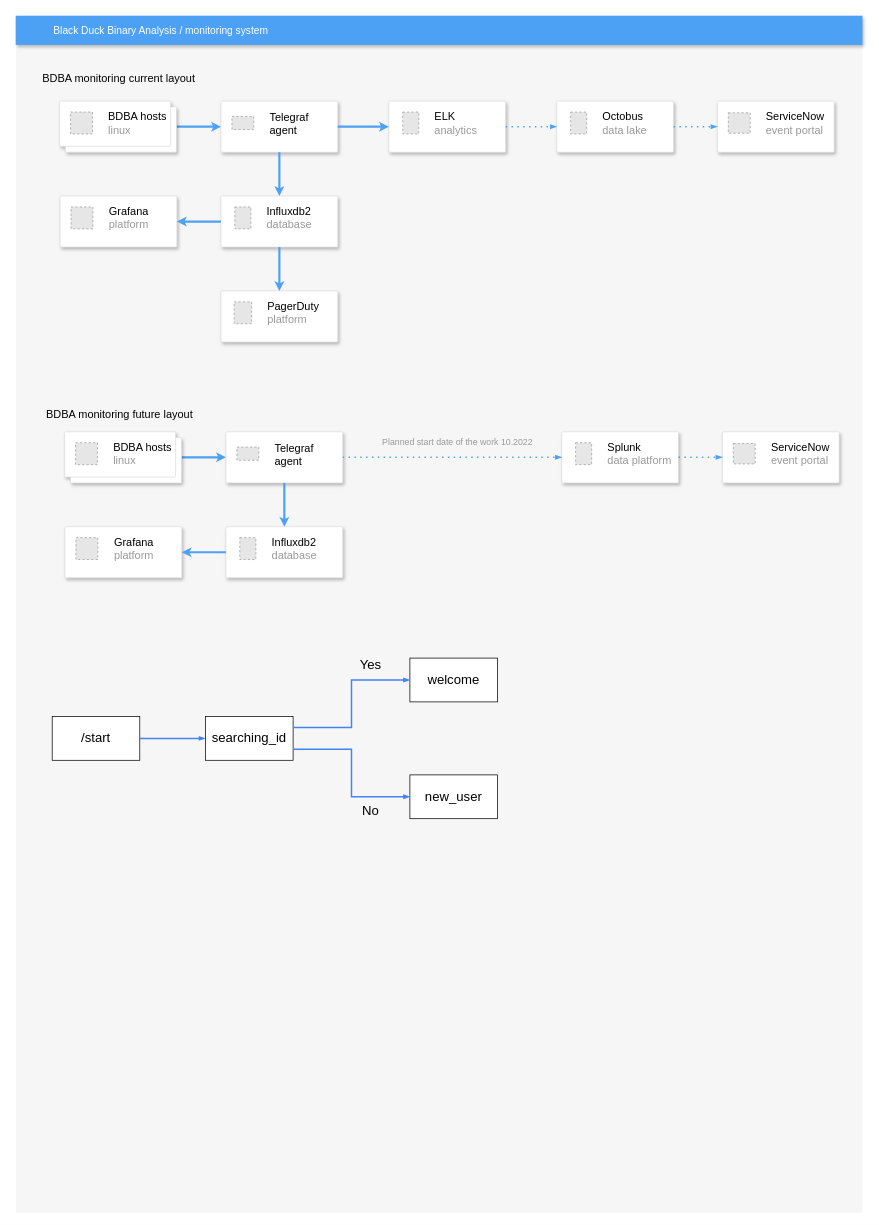
Above: elastic_kibana/Untitled Diagram.drawio in faxome/bdba_monitoring (draw.io), before the change. Source tidied: cells renumbered, new cells numbered last; positions are measured from the earlier drawing's top-left corner, leaving out a move shared by most shapes. Both pictures are drawn from the tidied source at 73%, with x=0, y=0 at pixel (15, 15). Pictures stored in the file or linked from it are replaced by grey dashed boxes.
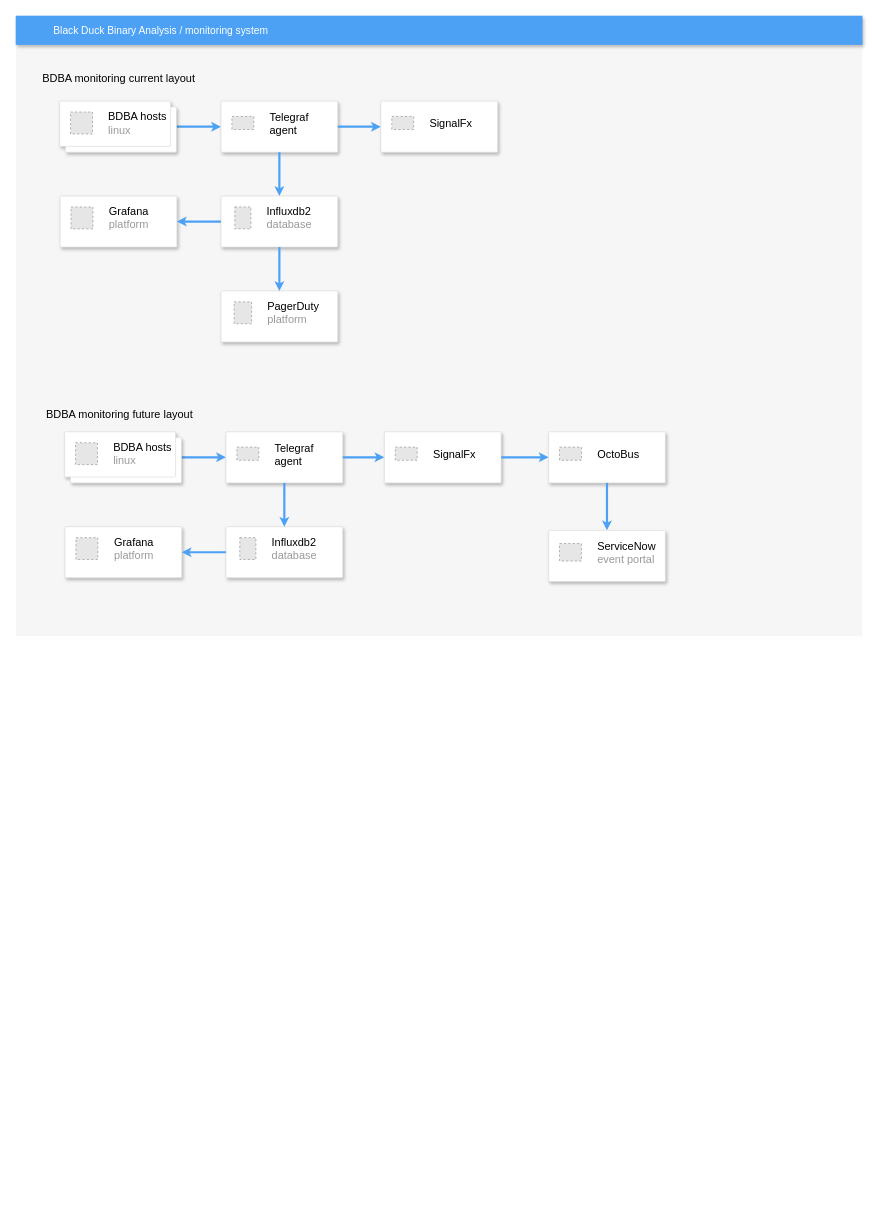
After the change.

Unchanged cells that the change refers to:
```xml
<mxCell id="6" style="strokeColor=#dddddd;shadow=1;strokeWidth=1;rounded=1;absoluteArcSize=1;arcSize=2;fontSize=15;" parent="1" vertex="1">
  <mxGeometry x="281.2" y="117" width="160" height="70" as="geometry" />
</mxCell>
<mxCell id="32" style="strokeColor=#dddddd;shadow=1;strokeWidth=1;rounded=1;absoluteArcSize=1;arcSize=2;fontSize=15;" parent="1" vertex="1">
  <mxGeometry x="288" y="570" width="160" height="70" as="geometry" />
</mxCell>
```

What changed in the source:
```diff
@@
     <mxCell id="2" style="fillColor=#F6F6F6;strokeColor=none;shadow=0;gradientColor=none;fontSize=14;align=left;spacing=10;fontColor=#717171;9E9E9E;verticalAlign=top;spacingTop=-4;fontStyle=0;spacingLeft=40;html=1;" parent="1" vertex="1">
-      <mxGeometry x="0.5" y="40" width="1159.5" height="1600" as="geometry" />
+      <mxGeometry x="0.5" y="40" width="1159.5" height="810" as="geometry" />
     </mxCell>
@@
-    <mxCell id="11" style="strokeColor=#dddddd;shadow=1;strokeWidth=1;rounded=1;absoluteArcSize=1;arcSize=2;fontSize=15;fontColor=#000000;" parent="1" vertex="1">
-      <mxGeometry x="511.2" y="117" width="160" height="70" as="geometry" />
-    </mxCell>
-    <mxCell id="12" value="&lt;font color=&quot;#000000&quot;&gt;ELK&lt;/font&gt;&lt;br&gt;analytics" style="fillColor=#E6E6E6;strokeColor=#999999;dashed=1;html=1;fontColor=#999999;verticalLabelPosition=middle;labelBackgroundColor=#ffffff;verticalAlign=middle;labelPosition=right;align=left;spacingLeft=20;fontSize=15;" parent="11" vertex="1">
-      <mxGeometry width="22" height="30" relative="1" as="geometry">
-        <mxPoint x="19" y="15" as="offset" />
-      </mxGeometry>
-    </mxCell>
-    <mxCell id="13" style="edgeStyle=none;rounded=0;jumpSize=6;jettySize=auto;html=1;exitX=1;exitY=0.5;exitDx=0;exitDy=0;fontSize=15;endSize=4;strokeColor=#4DA1F5;strokeWidth=3;entryX=0;entryY=0.5;entryDx=0;entryDy=0;" parent="1" edge="1" source="6" target="11">
-      <mxGeometry relative="1" as="geometry" />
-    </mxCell>
-    <mxCell id="14" style="strokeColor=#dddddd;shadow=1;strokeWidth=1;rounded=1;absoluteArcSize=1;arcSize=2;fontSize=15;fontColor=#000000;" parent="1" vertex="1">
-      <mxGeometry x="741.2" y="117" width="160" height="70" as="geometry" />
-    </mxCell>
-    <mxCell id="15" value="&lt;font color=&quot;#000000&quot;&gt;Octobus&lt;/font&gt;&lt;br&gt;data lake" style="fillColor=#E6E6E6;strokeColor=#999999;dashed=1;html=1;fontColor=#999999;verticalLabelPosition=middle;labelBackgroundColor=#ffffff;verticalAlign=middle;labelPosition=right;align=left;spacingLeft=20;fontSize=15;" parent="14" vertex="1">
-      <mxGeometry width="22" height="30" relative="1" as="geometry">
-        <mxPoint x="19" y="15" as="offset" />
-      </mxGeometry>
-    </mxCell>
-    <mxCell id="16" style="edgeStyle=orthogonalEdgeStyle;fontSize=12;html=1;endArrow=blockThin;endFill=1;rounded=0;strokeWidth=2;endSize=4;startSize=4;dashed=1;dashPattern=1 3;strokeColor=#4DA1F5;fontColor=#000000;jumpSize=6;exitX=1;exitY=0.5;exitDx=0;exitDy=0;entryX=0;entryY=0.5;entryDx=0;entryDy=0;" parent="1" edge="1" source="11" target="14">
-      <mxGeometry relative="1" as="geometry" />
-    </mxCell>
-    <mxCell id="17" style="strokeColor=#dddddd;shadow=1;strokeWidth=1;rounded=1;absoluteArcSize=1;arcSize=2;fontSize=15;fontColor=#000000;" parent="1" vertex="1">
-      <mxGeometry x="961.2" y="117" width="160" height="70" as="geometry" />
-    </mxCell>
-    <mxCell id="18" value="&lt;font color=&quot;#000000&quot;&gt;ServiceNow&lt;/font&gt;&lt;br&gt;event portal" style="fillColor=#E6E6E6;strokeColor=#999999;dashed=1;html=1;fontColor=#999999;verticalLabelPosition=middle;labelBackgroundColor=#ffffff;verticalAlign=middle;labelPosition=right;align=left;spacingLeft=20;fontSize=15;" parent="17" vertex="1">
-      <mxGeometry width="30" height="28" relative="1" as="geometry">
-        <mxPoint x="15" y="16" as="offset" />
-      </mxGeometry>
-    </mxCell>
-    <mxCell id="19" style="edgeStyle=orthogonalEdgeStyle;fontSize=12;html=1;endArrow=blockThin;endFill=1;rounded=0;strokeWidth=2;endSize=4;startSize=4;dashed=1;dashPattern=1 3;strokeColor=#4DA1F5;fontColor=#000000;jumpSize=6;exitX=1;exitY=0.5;exitDx=0;exitDy=0;entryX=0;entryY=0.5;entryDx=0;entryDy=0;" parent="1" edge="1" source="14" target="17">
-      <mxGeometry relative="1" as="geometry" />
-    </mxCell>
@@
-    <mxCell id="37" style="strokeColor=#dddddd;shadow=1;strokeWidth=1;rounded=1;absoluteArcSize=1;arcSize=2;fontSize=15;fontColor=#000000;" parent="1" vertex="1">
-      <mxGeometry x="748" y="570" width="160" height="70" as="geometry" />
-    </mxCell>
-    <mxCell id="38" value="&lt;font color=&quot;#000000&quot;&gt;Splunk&lt;/font&gt;&lt;br&gt;data platform" style="fillColor=#E6E6E6;strokeColor=#999999;dashed=1;html=1;fontColor=#999999;verticalLabelPosition=middle;labelBackgroundColor=#ffffff;verticalAlign=middle;labelPosition=right;align=left;spacingLeft=20;fontSize=15;" parent="37" vertex="1">
-      <mxGeometry width="22" height="30" relative="1" as="geometry">
-        <mxPoint x="19" y="15" as="offset" />
-      </mxGeometry>
-    </mxCell>
-    <mxCell id="39" style="edgeStyle=orthogonalEdgeStyle;fontSize=12;html=1;endArrow=blockThin;endFill=1;rounded=0;strokeWidth=2;endSize=4;startSize=4;dashed=1;dashPattern=1 3;strokeColor=#4DA1F5;fontColor=#000000;jumpSize=6;exitX=1;exitY=0.5;exitDx=0;exitDy=0;entryX=0;entryY=0.5;entryDx=0;entryDy=0;" parent="1" edge="1" source="32" target="37">
-      <mxGeometry relative="1" as="geometry" />
-    </mxCell>
-    <mxCell id="40" style="strokeColor=#dddddd;shadow=1;strokeWidth=1;rounded=1;absoluteArcSize=1;arcSize=2;fontSize=15;fontColor=#000000;" parent="1" vertex="1">
-      <mxGeometry x="968" y="570" width="160" height="70" as="geometry" />
-    </mxCell>
-    <mxCell id="41" value="&lt;font color=&quot;#000000&quot;&gt;ServiceNow&lt;/font&gt;&lt;br&gt;event portal" style="fillColor=#E6E6E6;strokeColor=#999999;dashed=1;html=1;fontColor=#999999;verticalLabelPosition=middle;labelBackgroundColor=#ffffff;verticalAlign=middle;labelPosition=right;align=left;spacingLeft=20;fontSize=15;" parent="40" vertex="1">
-      <mxGeometry width="30" height="28" relative="1" as="geometry">
-        <mxPoint x="15" y="16" as="offset" />
-      </mxGeometry>
-    </mxCell>
-    <mxCell id="42" style="edgeStyle=orthogonalEdgeStyle;fontSize=12;html=1;endArrow=blockThin;endFill=1;rounded=0;strokeWidth=2;endSize=4;startSize=4;dashed=1;dashPattern=1 3;strokeColor=#4DA1F5;fontColor=#000000;jumpSize=6;exitX=1;exitY=0.5;exitDx=0;exitDy=0;entryX=0;entryY=0.5;entryDx=0;entryDy=0;" parent="1" edge="1" source="37" target="40">
-      <mxGeometry relative="1" as="geometry" />
-    </mxCell>
@@
-    <mxCell id="46" value="&lt;font color=&quot;#999999&quot;&gt;Planned start date of the work 10.2022&lt;/font&gt;" style="text;html=1;align=center;verticalAlign=middle;fillColor=none;strokeColor=none;rounded=0;" parent="1" vertex="1">
-      <mxGeometry x="490" y="570" width="230" height="30" as="geometry" />
-    </mxCell>
-    <mxCell id="47" value="&lt;font style=&quot;font-size: 18px;&quot;&gt;/start&lt;/font&gt;" style="rounded=0;whiteSpace=wrap;html=1;" parent="1" vertex="1">
-      <mxGeometry x="50" y="960" width="120" height="60" as="geometry" />
-    </mxCell>
-    <mxCell id="48" style="edgeStyle=orthogonalEdgeStyle;fontSize=12;html=1;endArrow=blockThin;endFill=1;rounded=0;strokeWidth=2;endSize=4;startSize=4;dashed=0;strokeColor=#4284F3;exitX=1;exitY=0.5;exitDx=0;exitDy=0;" parent="1" edge="1" source="47">
-      <mxGeometry relative="1" as="geometry">
-        <mxPoint x="260" y="990" as="targetPoint" />
-      </mxGeometry>
-    </mxCell>
-    <mxCell id="49" value="&lt;span style=&quot;font-size: 18px;&quot;&gt;searching_id&lt;/span&gt;" style="rounded=0;whiteSpace=wrap;html=1;" parent="1" vertex="1">
-      <mxGeometry x="260" y="960" width="120" height="60" as="geometry" />
-    </mxCell>
-    <mxCell id="50" value="&lt;font style=&quot;font-size: 18px;&quot;&gt;welcome&lt;/font&gt;" style="rounded=0;whiteSpace=wrap;html=1;" parent="1" vertex="1">
-      <mxGeometry x="540" y="880" width="120" height="60" as="geometry" />
-    </mxCell>
-    <mxCell id="51" value="&lt;font style=&quot;font-size: 18px;&quot;&gt;new_user&lt;/font&gt;" style="rounded=0;whiteSpace=wrap;html=1;" parent="1" vertex="1">
-      <mxGeometry x="540" y="1040" width="120" height="60" as="geometry" />
-    </mxCell>
-    <mxCell id="52" style="edgeStyle=orthogonalEdgeStyle;fontSize=12;html=1;endArrow=blockThin;endFill=1;rounded=0;strokeWidth=2;endSize=4;startSize=4;dashed=0;strokeColor=#4284F3;exitX=1;exitY=0.25;exitDx=0;exitDy=0;entryX=0;entryY=0.5;entryDx=0;entryDy=0;" parent="1" edge="1" source="49" target="50">
-      <mxGeometry relative="1" as="geometry" />
-    </mxCell>
-    <mxCell id="53" style="edgeStyle=orthogonalEdgeStyle;fontSize=12;html=1;endArrow=blockThin;endFill=1;rounded=0;strokeWidth=2;endSize=4;startSize=4;dashed=0;strokeColor=#4284F3;exitX=1;exitY=0.75;exitDx=0;exitDy=0;entryX=0;entryY=0.5;entryDx=0;entryDy=0;" parent="1" edge="1" source="49" target="51">
-      <mxGeometry relative="1" as="geometry" />
-    </mxCell>
-    <mxCell id="54" value="Yes" style="text;html=1;align=center;verticalAlign=middle;fillColor=none;strokeColor=none;rounded=0;fontSize=18;" parent="1" vertex="1">
-      <mxGeometry x="461.2" y="870" width="50" height="40" as="geometry" />
-    </mxCell>
-    <mxCell id="55" value="No" style="text;html=1;align=center;verticalAlign=middle;fillColor=none;strokeColor=none;rounded=0;fontSize=18;" parent="1" vertex="1">
-      <mxGeometry x="461.2" y="1070" width="50" height="40" as="geometry" />
-    </mxCell>
+    <mxCell id="56" style="edgeStyle=none;rounded=0;jumpSize=6;jettySize=auto;html=1;exitX=1;exitY=0.5;exitDx=0;exitDy=0;fontSize=15;endSize=4;strokeColor=#4DA1F5;strokeWidth=3;entryX=0;entryY=0.5;entryDx=0;entryDy=0;" parent="1" edge="1" source="6" target="57">
+      <mxGeometry relative="1" as="geometry" />
+    </mxCell>
+    <mxCell id="57" style="strokeColor=#dddddd;shadow=1;strokeWidth=1;rounded=1;absoluteArcSize=1;arcSize=2;fontSize=15;" parent="1" vertex="1">
+      <mxGeometry x="500.2" y="117" width="160" height="70" as="geometry" />
+    </mxCell>
+    <mxCell id="58" value="SignalFx" style="fillColor=#E6E6E6;strokeColor=#999999;dashed=1;fontColor=#000000;verticalLabelPosition=middle;labelBackgroundColor=#ffffff;verticalAlign=middle;labelPosition=right;align=left;spacingLeft=20;fontSize=15;" parent="57" vertex="1">
+      <mxGeometry width="30" height="18" relative="1" as="geometry">
+        <mxPoint x="15" y="21" as="offset" />
+      </mxGeometry>
+    </mxCell>
+    <mxCell id="59" style="edgeStyle=none;rounded=0;jumpSize=6;jettySize=auto;html=1;exitX=1;exitY=0.5;exitDx=0;exitDy=0;fontSize=15;endSize=4;strokeColor=#4DA1F5;strokeWidth=3;entryX=0;entryY=0.5;entryDx=0;entryDy=0;" parent="1" edge="1" source="32" target="60">
+      <mxGeometry relative="1" as="geometry" />
+    </mxCell>
+    <mxCell id="60" style="strokeColor=#dddddd;shadow=1;strokeWidth=1;rounded=1;absoluteArcSize=1;arcSize=2;fontSize=15;" parent="1" vertex="1">
+      <mxGeometry x="505" y="570" width="160" height="70" as="geometry" />
+    </mxCell>
+    <mxCell id="61" value="SignalFx" style="fillColor=#E6E6E6;strokeColor=#999999;dashed=1;fontColor=#000000;verticalLabelPosition=middle;labelBackgroundColor=#ffffff;verticalAlign=middle;labelPosition=right;align=left;spacingLeft=20;fontSize=15;" parent="60" vertex="1">
+      <mxGeometry width="30" height="18" relative="1" as="geometry">
+        <mxPoint x="15" y="21" as="offset" />
+      </mxGeometry>
+    </mxCell>
+    <mxCell id="62" style="strokeColor=#dddddd;shadow=1;strokeWidth=1;rounded=1;absoluteArcSize=1;arcSize=2;fontSize=15;" parent="1" vertex="1">
+      <mxGeometry x="730" y="570" width="160" height="70" as="geometry" />
+    </mxCell>
+    <mxCell id="63" value="OctoBus" style="fillColor=#E6E6E6;strokeColor=#999999;dashed=1;fontColor=#000000;verticalLabelPosition=middle;labelBackgroundColor=#ffffff;verticalAlign=middle;labelPosition=right;align=left;spacingLeft=20;fontSize=15;" parent="62" vertex="1">
+      <mxGeometry width="30" height="18" relative="1" as="geometry">
+        <mxPoint x="15" y="21" as="offset" />
+      </mxGeometry>
+    </mxCell>
+    <mxCell id="64" style="edgeStyle=none;rounded=0;jumpSize=6;jettySize=auto;html=1;exitX=1;exitY=0.5;exitDx=0;exitDy=0;fontSize=15;endSize=4;strokeColor=#4DA1F5;strokeWidth=3;entryX=0;entryY=0.5;entryDx=0;entryDy=0;" parent="1" edge="1" source="60" target="62">
+      <mxGeometry relative="1" as="geometry" />
+    </mxCell>
+    <mxCell id="65" style="edgeStyle=none;rounded=0;jumpSize=6;jettySize=auto;html=1;exitX=0.5;exitY=1;exitDx=0;exitDy=0;fontSize=15;endSize=4;strokeColor=#4DA1F5;strokeWidth=3;entryX=0.5;entryY=0;entryDx=0;entryDy=0;" parent="1" edge="1" source="62" target="66">
+      <mxGeometry relative="1" as="geometry" />
+    </mxCell>
+    <mxCell id="66" style="strokeColor=#dddddd;shadow=1;strokeWidth=1;rounded=1;absoluteArcSize=1;arcSize=2;" parent="1" vertex="1">
+      <mxGeometry x="730" y="705" width="160" height="70" as="geometry" />
+    </mxCell>
+    <mxCell id="67" value="&lt;font style=&quot;font-size: 15px;&quot;&gt;&lt;font color=&quot;#000000&quot;&gt;ServiceNow&lt;/font&gt;&lt;br&gt;event portal&lt;br&gt;&lt;/font&gt;" style="fillColor=#E6E6E6;strokeColor=#999999;dashed=1;html=1;fontColor=#999999;verticalLabelPosition=middle;labelBackgroundColor=#ffffff;verticalAlign=middle;labelPosition=right;align=left;spacingLeft=20;" parent="66" vertex="1">
+      <mxGeometry width="30" height="24" relative="1" as="geometry">
+        <mxPoint x="15" y="18" as="offset" />
+      </mxGeometry>
+    </mxCell>
```
